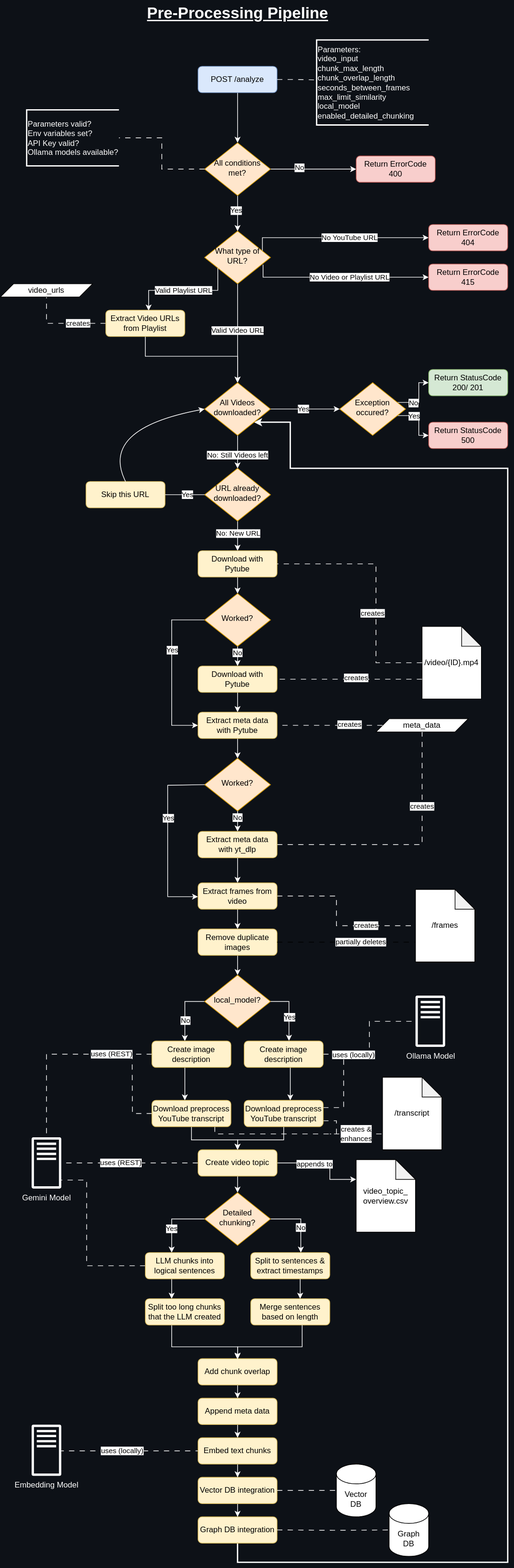
Before: media/images/pre-processing-pipeline-dark.svg, a diagram exported from draw.io (dneumnn/AcademicChatBot). Source tidied: cells renumbered, new cells last; positions are measured from the earlier drawing's top-left corner, leaving out a move shared by most shapes.
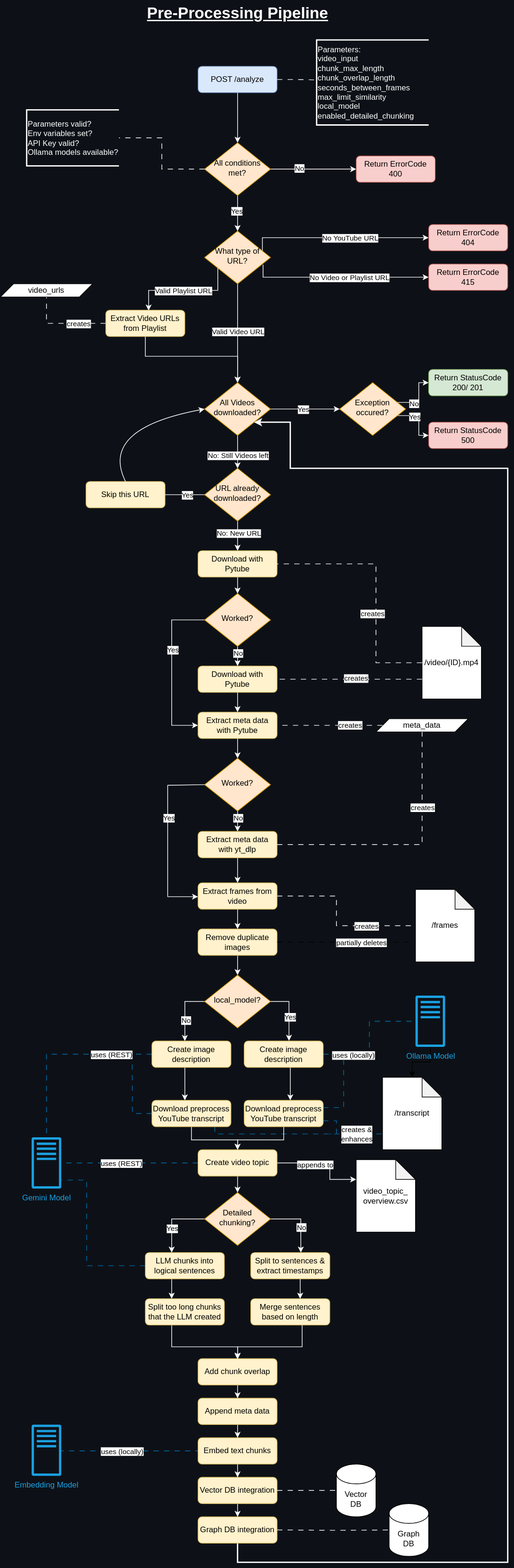
Above is the later version.

Commit message:
Improve display of the LLMs in the dark pipeline image

The edit, as a diff of the source:
```diff
@@ -218,7 +218,7 @@
     <mxCell id="53" style="edgeStyle=orthogonalEdgeStyle;rounded=0;jettySize=auto;html=1;strokeColor=#FFFFFF;" parent="1" edge="1" source="57" target="122">
       <mxGeometry relative="1" as="geometry" />
     </mxCell>
-    <mxCell id="54" style="edgeStyle=orthogonalEdgeStyle;rounded=0;jettySize=auto;html=1;exitX=0.796;exitY=0.997;exitDx=0;exitDy=0;exitPerimeter=0;dashed=1;dashPattern=8 8;endArrow=none;endFill=0;strokeColor=#FFFFFF;" parent="1" edge="1" source="57" target="116">
+    <mxCell id="54" style="edgeStyle=orthogonalEdgeStyle;rounded=0;jettySize=auto;html=1;exitX=0.796;exitY=0.997;exitDx=0;exitDy=0;exitPerimeter=0;dashed=1;dashPattern=8 8;endArrow=none;endFill=0;strokeColor=#006EAF;fillColor=#1ba1e2;" parent="1" edge="1" source="57" target="116">
       <mxGeometry relative="1" as="geometry">
         <Array as="points">
           <mxPoint x="325" y="1720" />
@@ -230,7 +230,7 @@
         <mxPoint x="14" as="offset" />
       </mxGeometry>
     </mxCell>
-    <mxCell id="56" style="edgeStyle=orthogonalEdgeStyle;rounded=0;jettySize=auto;html=1;endArrow=none;endFill=0;dashed=1;dashPattern=8 8;strokeColor=#FFFFFF;" parent="1" edge="1" source="57">
+    <mxCell id="56" style="edgeStyle=orthogonalEdgeStyle;rounded=0;jettySize=auto;html=1;endArrow=none;endFill=0;dashed=1;dashPattern=8 8;strokeColor=#006EAF;fillColor=#1ba1e2;" parent="1" edge="1" source="57">
       <mxGeometry relative="1" as="geometry">
         <mxPoint x="200" y="1600" as="targetPoint" />
       </mxGeometry>
@@ -246,7 +246,7 @@
         </Array>
       </mxGeometry>
     </mxCell>
-    <mxCell id="59" style="edgeStyle=orthogonalEdgeStyle;rounded=0;jettySize=auto;html=1;dashed=1;dashPattern=8 8;endArrow=none;endFill=0;strokeColor=#FFFFFF;" parent="1" edge="1" source="60" target="113">
+    <mxCell id="59" style="edgeStyle=orthogonalEdgeStyle;rounded=0;jettySize=auto;html=1;dashed=1;dashPattern=8 8;endArrow=none;endFill=0;strokeColor=#006EAF;fillColor=#1ba1e2;" parent="1" edge="1" source="60" target="113">
       <mxGeometry relative="1" as="geometry">
         <Array as="points">
           <mxPoint x="131" y="1920" />
@@ -270,7 +270,7 @@
     <mxCell id="62" value="Split too long chunks that the LLM created" style="rounded=1;whiteSpace=wrap;html=1;fontSize=12;glass=0;strokeWidth=1;shadow=0;fillColor=#fff2cc;strokeColor=#d6b656;" parent="1" vertex="1">
       <mxGeometry x="220" y="1970" width="120" height="40" as="geometry" />
     </mxCell>
-    <mxCell id="63" style="edgeStyle=orthogonalEdgeStyle;rounded=0;jettySize=auto;html=1;endArrow=none;endFill=0;dashed=1;dashPattern=8 8;strokeColor=#FFFFFF;" parent="1" edge="1" source="66" target="113">
+    <mxCell id="63" style="edgeStyle=orthogonalEdgeStyle;rounded=0;jettySize=auto;html=1;endArrow=none;endFill=0;dashed=1;dashPattern=8 8;strokeColor=#006EAF;fillColor=#1ba1e2;" parent="1" edge="1" source="66" target="113">
       <mxGeometry relative="1" as="geometry" />
     </mxCell>
     <mxCell id="64" value="uses (REST)" style="edgeLabel;html=1;align=center;verticalAlign=middle;" parent="63" vertex="1">
@@ -289,7 +289,7 @@
     <mxCell id="66" value="Create image description" style="rounded=1;whiteSpace=wrap;html=1;fontSize=12;glass=0;strokeWidth=1;shadow=0;fillColor=#fff2cc;strokeColor=#d6b656;" parent="1" vertex="1">
       <mxGeometry x="230" y="1579" width="120" height="40" as="geometry" />
     </mxCell>
-    <mxCell id="67" style="edgeStyle=orthogonalEdgeStyle;rounded=0;jettySize=auto;html=1;endArrow=none;endFill=0;dashed=1;dashPattern=8 8;exitX=0.022;exitY=0.458;exitDx=0;exitDy=0;exitPerimeter=0;strokeColor=#FFFFFF;" parent="1" edge="1" source="125" target="115">
+    <mxCell id="67" style="edgeStyle=orthogonalEdgeStyle;rounded=0;jettySize=auto;html=1;endArrow=none;endFill=0;dashed=1;dashPattern=8 8;exitX=0.022;exitY=0.458;exitDx=0;exitDy=0;exitPerimeter=0;strokeColor=#006EAF;fillColor=#1ba1e2;" parent="1" edge="1" source="125" target="115">
       <mxGeometry relative="1" as="geometry">
         <Array as="points">
           <mxPoint x="303" y="2201" />
@@ -438,7 +438,7 @@
     <mxCell id="103" value="partially deletes" style="edgeLabel;html=1;align=center;verticalAlign=middle;" parent="102" vertex="1">
       <mxGeometry x="0.21" relative="1" as="geometry" />
     </mxCell>
-    <mxCell id="104" style="edgeStyle=orthogonalEdgeStyle;rounded=0;jettySize=auto;html=1;endArrow=none;endFill=0;dashed=1;dashPattern=8 8;strokeColor=#FFFFFF;" parent="1" edge="1" source="107" target="114">
+    <mxCell id="104" style="edgeStyle=orthogonalEdgeStyle;rounded=0;jettySize=auto;html=1;endArrow=none;endFill=0;dashed=1;dashPattern=8 8;strokeColor=#006EAF;fillColor=#1ba1e2;" parent="1" edge="1" source="107" target="114">
       <mxGeometry relative="1" as="geometry" />
     </mxCell>
     <mxCell id="105" value="uses (locally)" style="edgeLabel;html=1;align=center;verticalAlign=middle;" parent="104" vertex="1">
@@ -478,13 +478,16 @@
     <mxCell id="112" value="Yes" style="edgeLabel;html=1;align=center;verticalAlign=middle;" parent="111" vertex="1">
       <mxGeometry x="0.18" y="1" relative="1" as="geometry" />
     </mxCell>
-    <mxCell id="113" value="&lt;font style=&quot;color: rgb(255, 255, 255);&quot;&gt;Gemini Model&lt;/font&gt;" style="sketch=0;outlineConnect=0;fontColor=#232F3E;gradientColor=none;fillColor=#FFFFFF;strokeColor=none;dashed=0;verticalLabelPosition=bottom;verticalAlign=top;align=center;html=1;fontSize=12;fontStyle=0;shape=mxgraph.aws4.traditional_server;" parent="1" vertex="1">
+    <mxCell id="113" value="&lt;font style=&quot;color: rgb(27, 161, 226);&quot;&gt;Gemini Model&lt;/font&gt;" style="sketch=0;outlineConnect=0;fontColor=#ffffff;fillColor=#1ba1e2;strokeColor=#006EAF;dashed=0;verticalLabelPosition=bottom;verticalAlign=top;align=center;html=1;fontSize=12;fontStyle=0;shape=mxgraph.aws4.traditional_server;" parent="1" vertex="1">
       <mxGeometry x="47.5" y="1725" width="45" height="78" as="geometry" />
     </mxCell>
+    <mxCell id="150" style="edgeStyle=orthogonalEdgeStyle;rounded=0;jettySize=auto;html=1;" parent="1" edge="1" source="114" target="116">
+      <mxGeometry relative="1" as="geometry" />
+    </mxCell>
-    <mxCell id="114" value="&lt;font style=&quot;color: rgb(255, 255, 255);&quot;&gt;Ollama Model&lt;/font&gt;" style="sketch=0;outlineConnect=0;fontColor=#232F3E;gradientColor=none;fillColor=#FFFFFF;strokeColor=none;dashed=0;verticalLabelPosition=bottom;verticalAlign=top;align=center;html=1;fontSize=12;fontStyle=0;shape=mxgraph.aws4.traditional_server;" parent="1" vertex="1">
+    <mxCell id="114" value="&lt;font style=&quot;color: rgb(27, 161, 226);&quot;&gt;Ollama Model&lt;/font&gt;" style="sketch=0;outlineConnect=0;fontColor=#ffffff;fillColor=#1ba1e2;strokeColor=#006EAF;dashed=0;verticalLabelPosition=bottom;verticalAlign=top;align=center;html=1;fontSize=12;fontStyle=0;shape=mxgraph.aws4.traditional_server;" parent="1" vertex="1">
       <mxGeometry x="630" y="1510" width="45" height="78" as="geometry" />
     </mxCell>
-    <mxCell id="115" value="&lt;font style=&quot;color: rgb(255, 255, 255);&quot;&gt;Embedding Model&lt;/font&gt;" style="sketch=0;outlineConnect=0;fontColor=#232F3E;gradientColor=none;fillColor=#FFFFFF;strokeColor=none;dashed=0;verticalLabelPosition=bottom;verticalAlign=top;align=center;html=1;fontSize=12;fontStyle=0;shape=mxgraph.aws4.traditional_server;" parent="1" vertex="1">
+    <mxCell id="115" value="&lt;font style=&quot;color: rgb(27, 161, 226);&quot;&gt;Embedding Model&lt;/font&gt;" style="sketch=0;outlineConnect=0;fontColor=#ffffff;fillColor=#1ba1e2;strokeColor=#006EAF;dashed=0;verticalLabelPosition=bottom;verticalAlign=top;align=center;html=1;fontSize=12;fontStyle=0;shape=mxgraph.aws4.traditional_server;" parent="1" vertex="1">
       <mxGeometry x="47.5" y="2161" width="45" height="78" as="geometry" />
     </mxCell>
     <mxCell id="116" value="/transcript" style="shape=note;whiteSpace=wrap;html=1;backgroundOutline=1;darkOpacity=0.05;" parent="1" vertex="1">
@@ -501,7 +504,7 @@
     <mxCell id="118" value="appends to" style="edgeLabel;html=1;align=center;verticalAlign=middle;" parent="117" vertex="1">
       <mxGeometry x="-0.21" y="-2" relative="1" as="geometry" />
     </mxCell>
-    <mxCell id="119" style="edgeStyle=orthogonalEdgeStyle;rounded=0;jettySize=auto;html=1;endArrow=none;endFill=0;dashed=1;dashPattern=8 8;strokeColor=#FFFFFF;" parent="1" edge="1" source="122" target="113">
+    <mxCell id="119" style="edgeStyle=orthogonalEdgeStyle;rounded=0;jettySize=auto;html=1;endArrow=none;endFill=0;dashed=1;dashPattern=8 8;strokeColor=#006EAF;fillColor=#1ba1e2;" parent="1" edge="1" source="122" target="113">
       <mxGeometry relative="1" as="geometry">
         <Array as="points">
           <mxPoint x="80" y="1759" />
@@ -601,7 +604,7 @@
     <mxCell id="142" style="edgeStyle=orthogonalEdgeStyle;rounded=0;jettySize=auto;html=1;strokeColor=#FFFFFF;" parent="1" edge="1" source="145" target="122">
       <mxGeometry relative="1" as="geometry" />
     </mxCell>
-    <mxCell id="143" style="edgeStyle=orthogonalEdgeStyle;rounded=0;jettySize=auto;html=1;endArrow=none;endFill=0;dashed=1;dashPattern=8 8;strokeColor=#FFFFFF;" parent="1" edge="1" source="145">
+    <mxCell id="143" style="edgeStyle=orthogonalEdgeStyle;rounded=0;jettySize=auto;html=1;endArrow=none;endFill=0;dashed=1;dashPattern=8 8;strokeColor=#006EAF;fillColor=#1ba1e2;" parent="1" edge="1" source="145">
       <mxGeometry relative="1" as="geometry">
         <mxPoint x="500" y="1720" as="targetPoint" />
         <Array as="points">
@@ -610,7 +613,7 @@
         </Array>
       </mxGeometry>
     </mxCell>
-    <mxCell id="144" style="edgeStyle=orthogonalEdgeStyle;rounded=0;jettySize=auto;html=1;endArrow=none;endFill=0;dashed=1;dashPattern=8 8;strokeColor=#FFFFFF;" parent="1" edge="1" source="145">
+    <mxCell id="144" style="edgeStyle=orthogonalEdgeStyle;rounded=0;jettySize=auto;html=1;endArrow=none;endFill=0;dashed=1;dashPattern=8 8;strokeColor=#006EAF;fillColor=#1ba1e2;" parent="1" edge="1" source="145">
       <mxGeometry relative="1" as="geometry">
         <mxPoint x="520" y="1600" as="targetPoint" />
         <Array as="points">
```
